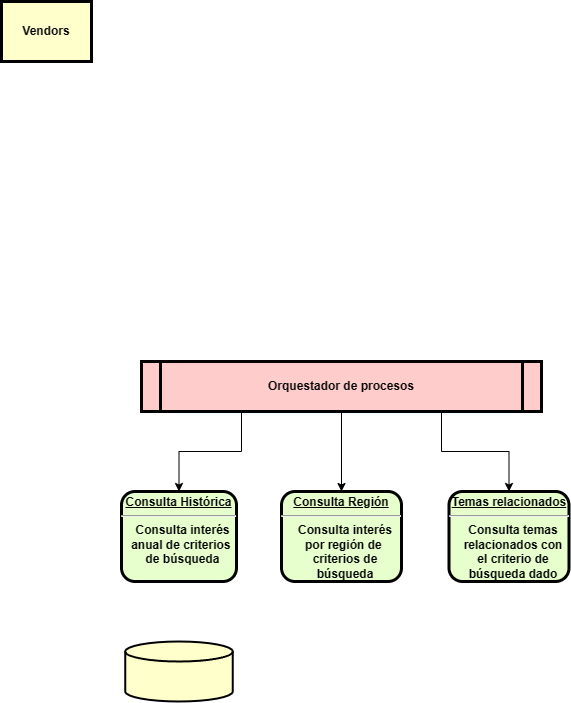
Above: diagramas/arquitectura_general.drawio.png in CAMM961001/cas_inai (draw.io), before the change. Source tidied: cells renumbered, new cells last; positions are measured from the earlier drawing's top-left corner, leaving out a move shared by most shapes.
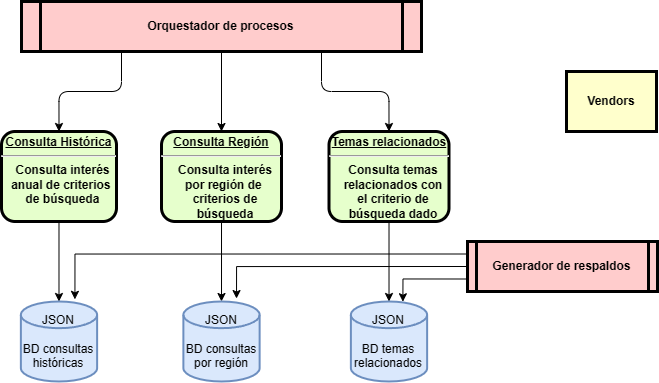
Later version of the same file.

Commit message:
Lógica de almacenamiento

The edit, as a diff of the source:
```diff
@@ -2,32 +2,59 @@
   <root>
     <mxCell id="0" />
     <mxCell id="1" parent="0" />
+    <mxCell id="11" style="edgeStyle=orthogonalEdgeStyle;rounded=0;jettySize=auto;html=1;entryX=0.5;entryY=0;entryDx=0;entryDy=0;entryPerimeter=0;" parent="1" edge="1" source="2" target="10">
+      <mxGeometry relative="1" as="geometry" />
+    </mxCell>
     <mxCell id="2" value="&lt;p style=&quot;margin: 0px; margin-top: 4px; text-align: center; text-decoration: underline;&quot;&gt;&lt;strong&gt;Consulta H&lt;/strong&gt;&lt;strong style=&quot;background-color: initial;&quot;&gt;istórica&lt;/strong&gt;&lt;/p&gt;&lt;hr&gt;&lt;p style=&quot;margin: 0px; margin-left: 8px;&quot;&gt;Consulta interés&lt;/p&gt;&lt;p style=&quot;margin: 0px; margin-left: 8px;&quot;&gt;anual&amp;nbsp;&lt;span style=&quot;background-color: initial;&quot;&gt;de criterios&amp;nbsp;&lt;/span&gt;&lt;/p&gt;&lt;p style=&quot;margin: 0px; margin-left: 8px;&quot;&gt;&lt;span style=&quot;background-color: initial;&quot;&gt;de&amp;nbsp;&lt;/span&gt;&lt;span style=&quot;background-color: initial;&quot;&gt;búsqueda&lt;/span&gt;&lt;/p&gt;" style="verticalAlign=middle;align=center;overflow=fill;fontSize=12;fontFamily=Helvetica;html=1;rounded=1;fontStyle=1;strokeWidth=3;fillColor=#E6FFCC;" parent="1" vertex="1">
       <mxGeometry x="120" y="490" width="115" height="90" as="geometry" />
     </mxCell>
+    <mxCell id="12" style="edgeStyle=orthogonalEdgeStyle;rounded=0;jettySize=auto;html=1;entryX=0.5;entryY=0;entryDx=0;entryDy=0;entryPerimeter=0;" parent="1" edge="1" source="3" target="18">
+      <mxGeometry relative="1" as="geometry" />
+    </mxCell>
     <mxCell id="3" value="&lt;p style=&quot;margin: 4px 0px 0px; text-decoration: underline;&quot;&gt;&lt;strong&gt;Consulta Región&lt;/strong&gt;&lt;/p&gt;&lt;hr&gt;&lt;p style=&quot;margin: 0px; margin-left: 8px;&quot;&gt;Consulta interés&lt;/p&gt;&lt;p style=&quot;margin: 0px; margin-left: 8px;&quot;&gt;por región de&amp;nbsp;&lt;/p&gt;&lt;p style=&quot;margin: 0px; margin-left: 8px;&quot;&gt;criterios de&lt;/p&gt;&lt;p style=&quot;margin: 0px; margin-left: 8px;&quot;&gt;búsqueda&lt;/p&gt;" style="verticalAlign=middle;align=center;overflow=fill;fontSize=12;fontFamily=Helvetica;html=1;rounded=1;fontStyle=1;strokeWidth=3;fillColor=#E6FFCC;" parent="1" vertex="1">
       <mxGeometry x="280" y="490" width="120" height="90" as="geometry" />
     </mxCell>
+    <mxCell id="13" style="edgeStyle=orthogonalEdgeStyle;rounded=0;jettySize=auto;html=1;entryX=0.5;entryY=0;entryDx=0;entryDy=0;entryPerimeter=0;" parent="1" edge="1" source="4" target="19">
+      <mxGeometry relative="1" as="geometry" />
+    </mxCell>
     <mxCell id="4" value="&lt;p style=&quot;margin: 4px 0px 0px; text-decoration: underline;&quot;&gt;Temas relacionados&lt;/p&gt;&lt;hr&gt;&lt;p style=&quot;margin: 0px; margin-left: 8px;&quot;&gt;Consulta temas&lt;/p&gt;&lt;p style=&quot;margin: 0px; margin-left: 8px;&quot;&gt;relacionados con&lt;/p&gt;&lt;p style=&quot;margin: 0px; margin-left: 8px;&quot;&gt;el criterio de&lt;/p&gt;&lt;p style=&quot;margin: 0px; margin-left: 8px;&quot;&gt;búsqueda dado&lt;/p&gt;" style="verticalAlign=middle;align=center;overflow=fill;fontSize=12;fontFamily=Helvetica;html=1;rounded=1;fontStyle=1;strokeWidth=3;fillColor=#E6FFCC;" parent="1" vertex="1">
       <mxGeometry x="447.5" y="490" width="120" height="90" as="geometry" />
     </mxCell>
     <mxCell id="5" style="edgeStyle=orthogonalEdgeStyle;rounded=0;jettySize=auto;html=1;entryX=0.5;entryY=0;entryDx=0;entryDy=0;" parent="1" edge="1" source="8" target="3">
       <mxGeometry relative="1" as="geometry" />
     </mxCell>
-    <mxCell id="6" style="edgeStyle=orthogonalEdgeStyle;rounded=0;jettySize=auto;html=1;exitX=0.75;exitY=1;exitDx=0;exitDy=0;exitPerimeter=0;entryX=0.5;entryY=0;entryDx=0;entryDy=0;" parent="1" edge="1" source="8" target="4">
+    <mxCell id="6" style="edgeStyle=orthogonalEdgeStyle;rounded=1;jettySize=auto;html=1;exitX=0.75;exitY=1;exitDx=0;exitDy=0;exitPerimeter=0;entryX=0.5;entryY=0;entryDx=0;entryDy=0;" parent="1" edge="1" source="8" target="4">
       <mxGeometry relative="1" as="geometry" />
     </mxCell>
-    <mxCell id="7" style="edgeStyle=orthogonalEdgeStyle;rounded=0;jettySize=auto;html=1;exitX=0.25;exitY=1;exitDx=0;exitDy=0;exitPerimeter=0;entryX=0.5;entryY=0;entryDx=0;entryDy=0;" parent="1" edge="1" source="8" target="2">
+    <mxCell id="7" style="edgeStyle=orthogonalEdgeStyle;rounded=1;jettySize=auto;html=1;exitX=0.25;exitY=1;exitDx=0;exitDy=0;exitPerimeter=0;entryX=0.5;entryY=0;entryDx=0;entryDy=0;" parent="1" edge="1" source="8" target="2">
       <mxGeometry relative="1" as="geometry" />
     </mxCell>
     <mxCell id="8" value="Orquestador de procesos" style="shape=process;whiteSpace=wrap;align=center;verticalAlign=middle;size=0.0475;fontStyle=1;strokeWidth=3;fillColor=#FFCCCC;points=[[0,0,0,0,0],[0,0.25,0,0,0],[0,0.5,0,0,0],[0,0.75,0,0,0],[0,1,0,0,0],[0.25,0,0,0,0],[0.25,1,0,0,0],[0.5,0,0,0,0],[0.5,1,0,0,0],[0.75,0,0,0,0],[0.75,1,0,0,0],[1,0,0,0,0],[1,0.25,0,0,0],[1,0.5,0,0,0],[1,0.75,0,0,0],[1,1,0,0,0]];" parent="1" vertex="1">
       <mxGeometry x="140" y="360" width="400" height="50" as="geometry" />
     </mxCell>
     <mxCell id="9" value="Vendors" style="whiteSpace=wrap;align=center;verticalAlign=middle;fontStyle=1;strokeWidth=3;fillColor=#FFFFCC;" parent="1" vertex="1">
-      <mxGeometry width="90" height="60" as="geometry" />
+      <mxGeometry x="685" y="430" width="90" height="60" as="geometry" />
     </mxCell>
-    <mxCell id="10" style="strokeWidth=2;html=1;shape=mxgraph.flowchart.database;whiteSpace=wrap;fillColor=#FFFFCC;" parent="1" vertex="1">
-      <mxGeometry x="123.8" y="640" width="107.5" height="60" as="geometry" />
+    <mxCell id="10" value="JSON&lt;br&gt;&lt;br&gt;BD consultas&lt;br&gt;históricas" style="strokeWidth=2;html=1;shape=mxgraph.flowchart.database;whiteSpace=wrap;fillColor=#dae8fc;strokeColor=#6c8ebf;" parent="1" vertex="1">
+      <mxGeometry x="139.4" y="660" width="76.2" height="80" as="geometry" />
     </mxCell>
+    <mxCell id="14" style="edgeStyle=orthogonalEdgeStyle;rounded=0;jettySize=auto;html=1;exitX=0;exitY=0.25;exitDx=0;exitDy=0;exitPerimeter=0;entryX=0.709;entryY=-0.027;entryDx=0;entryDy=0;entryPerimeter=0;" parent="1" edge="1" source="17" target="10">
+      <mxGeometry relative="1" as="geometry" />
+    </mxCell>
+    <mxCell id="15" style="edgeStyle=orthogonalEdgeStyle;rounded=0;jettySize=auto;html=1;exitX=0;exitY=0.5;exitDx=0;exitDy=0;exitPerimeter=0;entryX=0.697;entryY=-0.037;entryDx=0;entryDy=0;entryPerimeter=0;" parent="1" edge="1" source="17" target="18">
+      <mxGeometry relative="1" as="geometry" />
+    </mxCell>
+    <mxCell id="16" style="edgeStyle=orthogonalEdgeStyle;rounded=0;jettySize=auto;html=1;exitX=0;exitY=0.75;exitDx=0;exitDy=0;exitPerimeter=0;entryX=0.682;entryY=0.003;entryDx=0;entryDy=0;entryPerimeter=0;" parent="1" edge="1" source="17" target="19">
+      <mxGeometry relative="1" as="geometry" />
+    </mxCell>
+    <mxCell id="17" value="Generador de respaldos" style="shape=process;whiteSpace=wrap;align=center;verticalAlign=middle;size=0.0475;fontStyle=1;strokeWidth=3;fillColor=#FFCCCC;points=[[0,0,0,0,0],[0,0.25,0,0,0],[0,0.5,0,0,0],[0,0.75,0,0,0],[0,1,0,0,0],[0.25,0,0,0,0],[0.25,1,0,0,0],[0.5,0,0,0,0],[0.5,1,0,0,0],[0.75,0,0,0,0],[0.75,1,0,0,0],[1,0,0,0,0],[1,0.25,0,0,0],[1,0.5,0,0,0],[1,0.75,0,0,0],[1,1,0,0,0]];" parent="1" vertex="1">
+      <mxGeometry x="586" y="600" width="190" height="50" as="geometry" />
+    </mxCell>
+    <mxCell id="18" value="JSON&lt;br&gt;&lt;br&gt;BD consultas por región" style="strokeWidth=2;html=1;shape=mxgraph.flowchart.database;whiteSpace=wrap;fillColor=#dae8fc;strokeColor=#6c8ebf;" parent="1" vertex="1">
+      <mxGeometry x="301.9" y="660" width="76.2" height="80" as="geometry" />
+    </mxCell>
+    <mxCell id="19" value="JSON&lt;br&gt;&lt;br&gt;BD temas relacionados" style="strokeWidth=2;html=1;shape=mxgraph.flowchart.database;whiteSpace=wrap;fillColor=#dae8fc;strokeColor=#6c8ebf;" parent="1" vertex="1">
+      <mxGeometry x="469.4" y="660" width="76.2" height="80" as="geometry" />
+    </mxCell>
   </root>
 </mxGraphModel>
```
